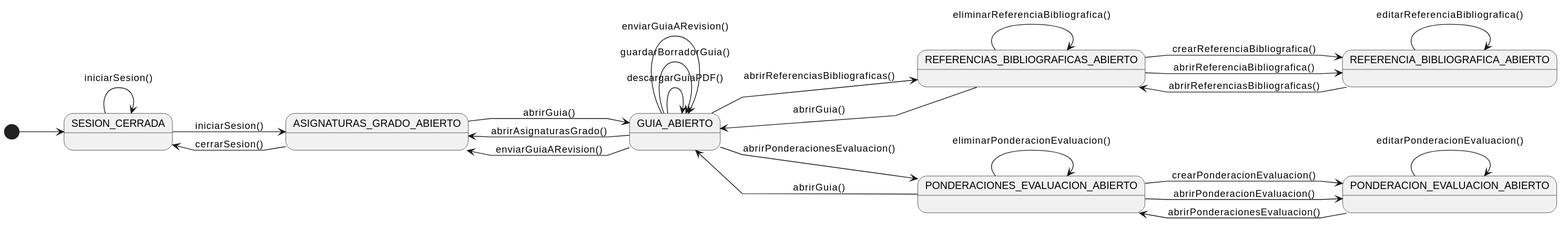
The PlantUML diagram images/RUP/01-requisitos/01-actores-casos-uso/diagramaContextoProfesor.svg in mmasias/pyCeldaPublico, before a commit.
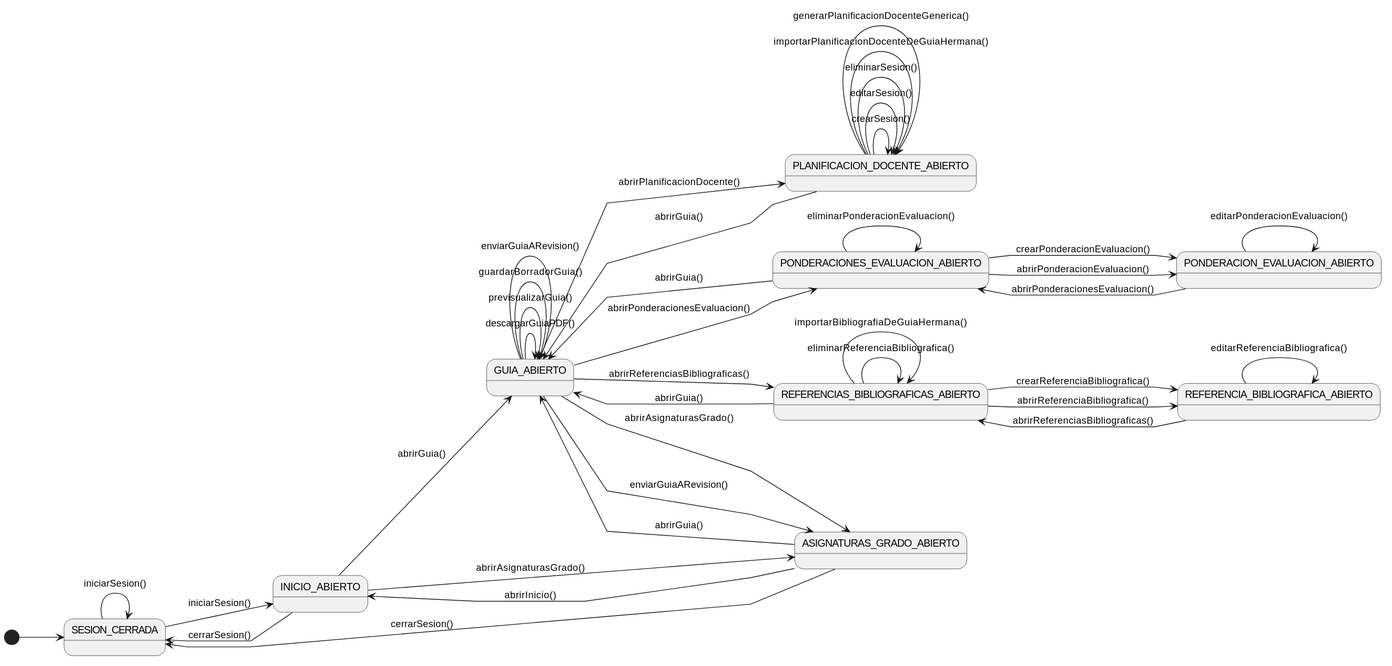
After the change.

Change to the diagram source:
```diff
@@ -3,22 +3,30 @@
 skinparam linetype polyline
 
 state SESION_CERRADA
+state INICIO_ABIERTO
 state ASIGNATURAS_GRADO_ABIERTO
 state GUIA_ABIERTO
 state REFERENCIAS_BIBLIOGRAFICAS_ABIERTO
 state REFERENCIA_BIBLIOGRAFICA_ABIERTO
 state PONDERACIONES_EVALUACION_ABIERTO
 state PONDERACION_EVALUACION_ABIERTO
+state PLANIFICACION_DOCENTE_ABIERTO
 
 [*] --> SESION_CERRADA
 
-SESION_CERRADA --> ASIGNATURAS_GRADO_ABIERTO : iniciarSesion()
+SESION_CERRADA --> INICIO_ABIERTO : iniciarSesion()
 SESION_CERRADA --> SESION_CERRADA : iniciarSesion()
+INICIO_ABIERTO --> SESION_CERRADA : cerrarSesion()
 ASIGNATURAS_GRADO_ABIERTO --> SESION_CERRADA : cerrarSesion()
+
+INICIO_ABIERTO --> ASIGNATURAS_GRADO_ABIERTO : abrirAsignaturasGrado()
+INICIO_ABIERTO --> GUIA_ABIERTO : abrirGuia()
 
 ASIGNATURAS_GRADO_ABIERTO --> GUIA_ABIERTO : abrirGuia()
 
 GUIA_ABIERTO --> GUIA_ABIERTO : descargarGuiaPDF()
+
+GUIA_ABIERTO --> GUIA_ABIERTO : previsualizarGuia()
 
 GUIA_ABIERTO --> PONDERACIONES_EVALUACION_ABIERTO : abrirPonderacionesEvaluacion()
 
@@ -29,11 +37,21 @@
 PONDERACION_EVALUACION_ABIERTO --> PONDERACIONES_EVALUACION_ABIERTO : abrirPonderacionesEvaluacion()
 PONDERACIONES_EVALUACION_ABIERTO --> GUIA_ABIERTO : abrirGuia()
 
+GUIA_ABIERTO --> PLANIFICACION_DOCENTE_ABIERTO : abrirPlanificacionDocente()
+
+PLANIFICACION_DOCENTE_ABIERTO --> PLANIFICACION_DOCENTE_ABIERTO : crearSesion()
+PLANIFICACION_DOCENTE_ABIERTO --> PLANIFICACION_DOCENTE_ABIERTO : editarSesion()
+PLANIFICACION_DOCENTE_ABIERTO --> PLANIFICACION_DOCENTE_ABIERTO : eliminarSesion()
+PLANIFICACION_DOCENTE_ABIERTO --> PLANIFICACION_DOCENTE_ABIERTO : importarPlanificacionDocenteDeGuiaHermana()
+PLANIFICACION_DOCENTE_ABIERTO --> PLANIFICACION_DOCENTE_ABIERTO : generarPlanificacionDocenteGenerica()
+PLANIFICACION_DOCENTE_ABIERTO --> GUIA_ABIERTO : abrirGuia()
+
 GUIA_ABIERTO --> REFERENCIAS_BIBLIOGRAFICAS_ABIERTO : abrirReferenciasBibliograficas()
 
 REFERENCIAS_BIBLIOGRAFICAS_ABIERTO --> REFERENCIA_BIBLIOGRAFICA_ABIERTO : crearReferenciaBibliografica()
 REFERENCIAS_BIBLIOGRAFICAS_ABIERTO --> REFERENCIA_BIBLIOGRAFICA_ABIERTO : abrirReferenciaBibliografica()
 REFERENCIAS_BIBLIOGRAFICAS_ABIERTO --> REFERENCIAS_BIBLIOGRAFICAS_ABIERTO : eliminarReferenciaBibliografica()
+REFERENCIAS_BIBLIOGRAFICAS_ABIERTO --> REFERENCIAS_BIBLIOGRAFICAS_ABIERTO : importarBibliografiaDeGuiaHermana()
 REFERENCIA_BIBLIOGRAFICA_ABIERTO --> REFERENCIA_BIBLIOGRAFICA_ABIERTO : editarReferenciaBibliografica()
 REFERENCIA_BIBLIOGRAFICA_ABIERTO --> REFERENCIAS_BIBLIOGRAFICAS_ABIERTO : abrirReferenciasBibliograficas()
 REFERENCIAS_BIBLIOGRAFICAS_ABIERTO --> GUIA_ABIERTO : abrirGuia()
@@ -42,6 +60,8 @@
 
 GUIA_ABIERTO --> ASIGNATURAS_GRADO_ABIERTO : abrirAsignaturasGrado()
 
+ASIGNATURAS_GRADO_ABIERTO --> INICIO_ABIERTO : abrirInicio()
+
 GUIA_ABIERTO --> ASIGNATURAS_GRADO_ABIERTO : enviarGuiaARevision()
 GUIA_ABIERTO --> GUIA_ABIERTO : enviarGuiaARevision()
 @enduml
```
